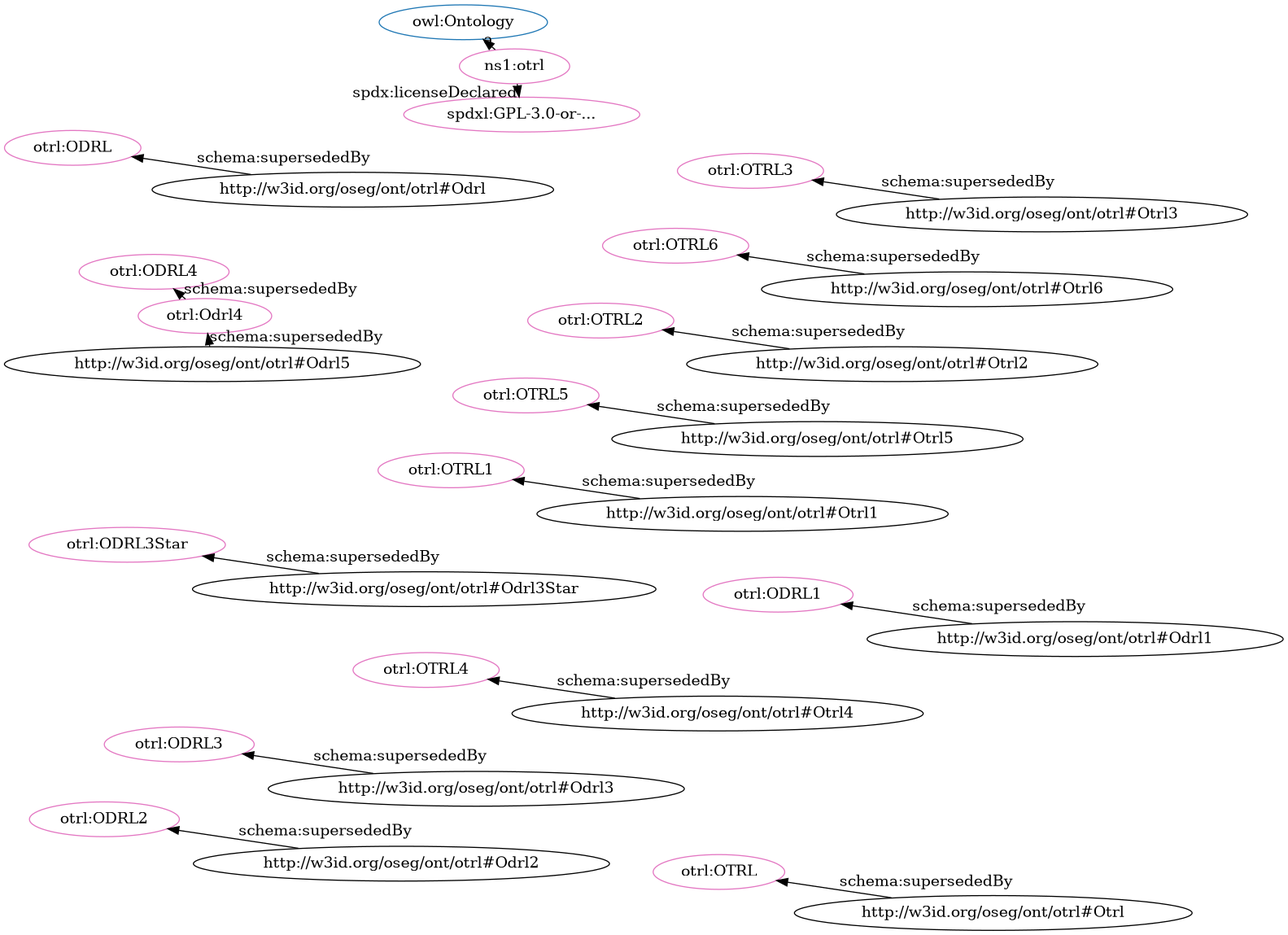
Before: src/spec/fdp_otrl_deprecated.png, a diagram exported from Graphviz (iop-alliance/OpenKnowHow). Its source is kept beside it as src/spec/fdp_otrl_deprecated.dot.
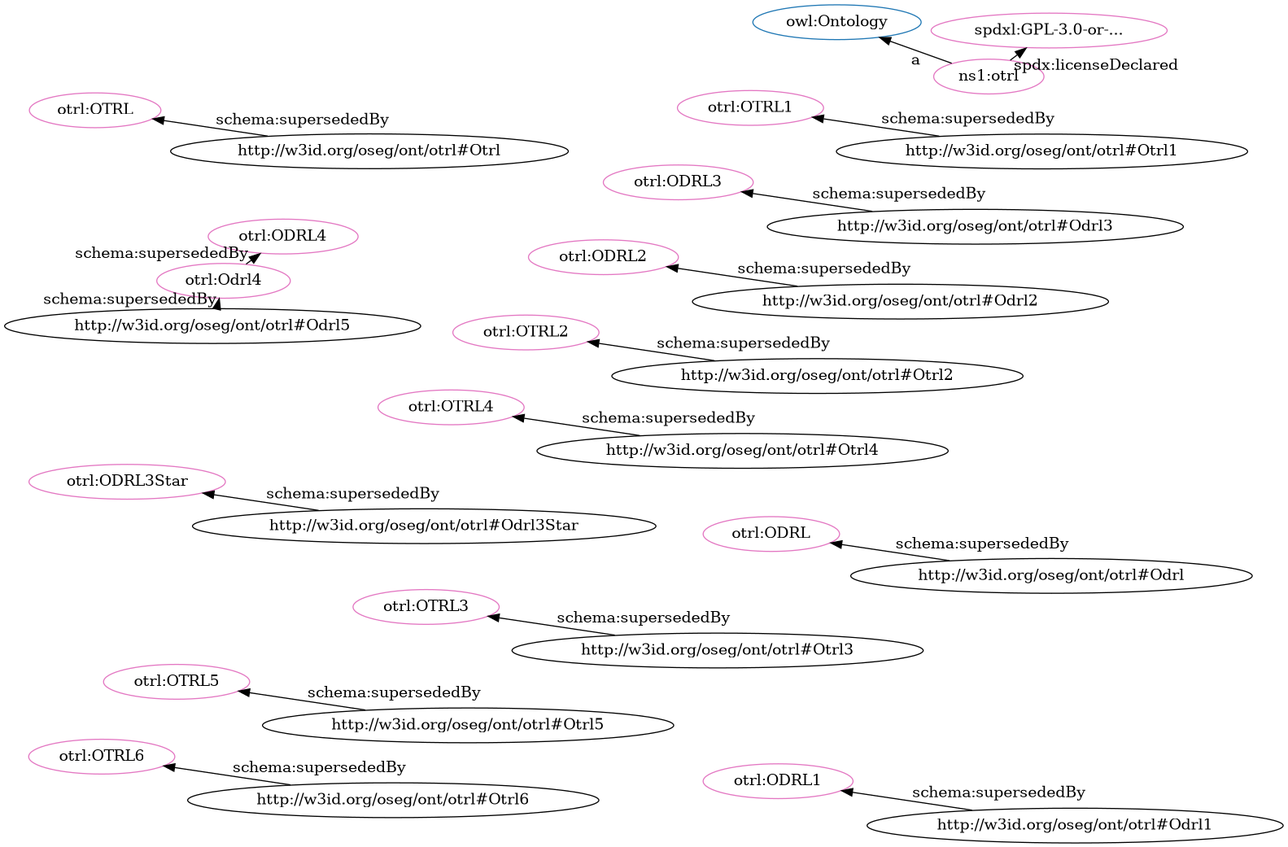
The same file after the commit.

Diff of the diagram source:
```diff
@@ -2,36 +2,36 @@
   rankdir=BT
   node[height=.3]
 "http://www.w3.org/2002/07/owl#Ontology" [fillcolor="#1f77b4" color="#1f77b4" label="owl:Ontology"]
+"http://w3id.org/oseg/ont/otrl#OTRL4" [fillcolor="#e377c2" color="#e377c2" label="otrl:OTRL4"]
+"http://w3id.org/oseg/ont/otrl#Odrl4" [fillcolor="#e377c2" color="#e377c2" label="otrl:Odrl4"]
+"http://w3id.org/oseg/ont/otrl#OTRL2" [fillcolor="#e377c2" color="#e377c2" label="otrl:OTRL2"]
+"http://w3id.org/oseg/ont/otrl#ODRL3Star" [fillcolor="#e377c2" color="#e377c2" label="otrl:ODRL3Star"]
+"http://w3id.org/oseg/ont/otrl#OTRL" [fillcolor="#e377c2" color="#e377c2" label="otrl:OTRL"]
+"http://w3id.org/oseg/ont/otrl#OTRL3" [fillcolor="#e377c2" color="#e377c2" label="otrl:OTRL3"]
+"http://w3id.org/oseg/ont/otrl#ODRL4" [fillcolor="#e377c2" color="#e377c2" label="otrl:ODRL4"]
+"http://w3id.org/oseg/ont/otrl#ODRL" [fillcolor="#e377c2" color="#e377c2" label="otrl:ODRL"]
+"http://spdx.org/licenses/GPL-3.0-or-later" [fillcolor="#e377c2" color="#e377c2" label="spdxl:GPL-3.0-or-..."]
+"http://w3id.org/oseg/ont/otrl#ODRL2" [fillcolor="#e377c2" color="#e377c2" label="otrl:ODRL2"]
+"http://w3id.org/oseg/ont/otrl#ODRL3" [fillcolor="#e377c2" color="#e377c2" label="otrl:ODRL3"]
+"http://w3id.org/oseg/ont/otrl#OTRL5" [fillcolor="#e377c2" color="#e377c2" label="otrl:OTRL5"]
 "http://w3id.org/oseg/ont/otrl#OTRL1" [fillcolor="#e377c2" color="#e377c2" label="otrl:OTRL1"]
 "http://w3id.org/oseg/ont/otrl" [fillcolor="#e377c2" color="#e377c2" label="ns1:otrl"]
-"http://w3id.org/oseg/ont/otrl#OTRL5" [fillcolor="#e377c2" color="#e377c2" label="otrl:OTRL5"]
-"http://spdx.org/licenses/GPL-3.0-or-later" [fillcolor="#e377c2" color="#e377c2" label="spdxl:GPL-3.0-or-..."]
-"http://w3id.org/oseg/ont/otrl#OTRL4" [fillcolor="#e377c2" color="#e377c2" label="otrl:OTRL4"]
-"http://w3id.org/oseg/ont/otrl#ODRL4" [fillcolor="#e377c2" color="#e377c2" label="otrl:ODRL4"]
-"http://w3id.org/oseg/ont/otrl#OTRL2" [fillcolor="#e377c2" color="#e377c2" label="otrl:OTRL2"]
-"http://w3id.org/oseg/ont/otrl#Odrl4" [fillcolor="#e377c2" color="#e377c2" label="otrl:Odrl4"]
-"http://w3id.org/oseg/ont/otrl#OTRL" [fillcolor="#e377c2" color="#e377c2" label="otrl:OTRL"]
 "http://w3id.org/oseg/ont/otrl#OTRL6" [fillcolor="#e377c2" color="#e377c2" label="otrl:OTRL6"]
-"http://w3id.org/oseg/ont/otrl#ODRL3Star" [fillcolor="#e377c2" color="#e377c2" label="otrl:ODRL3Star"]
-"http://w3id.org/oseg/ont/otrl#ODRL" [fillcolor="#e377c2" color="#e377c2" label="otrl:ODRL"]
-"http://w3id.org/oseg/ont/otrl#ODRL3" [fillcolor="#e377c2" color="#e377c2" label="otrl:ODRL3"]
-"http://w3id.org/oseg/ont/otrl#OTRL3" [fillcolor="#e377c2" color="#e377c2" label="otrl:OTRL3"]
-"http://w3id.org/oseg/ont/otrl#ODRL2" [fillcolor="#e377c2" color="#e377c2" label="otrl:ODRL2"]
 "http://w3id.org/oseg/ont/otrl#ODRL1" [fillcolor="#e377c2" color="#e377c2" label="otrl:ODRL1"]
+  "http://w3id.org/oseg/ont/otrl#Otrl4" -> "http://w3id.org/oseg/ont/otrl#OTRL4" [label="schema:supersededBy"]
+  "http://w3id.org/oseg/ont/otrl#Odrl5" -> "http://w3id.org/oseg/ont/otrl#Odrl4" [label="schema:supersededBy"]
+  "http://w3id.org/oseg/ont/otrl#Odrl3Star" -> "http://w3id.org/oseg/ont/otrl#ODRL3Star" [label="schema:supersededBy"]
+  "http://w3id.org/oseg/ont/otrl#Otrl" -> "http://w3id.org/oseg/ont/otrl#OTRL" [label="schema:supersededBy"]
+  "http://w3id.org/oseg/ont/otrl#Otrl3" -> "http://w3id.org/oseg/ont/otrl#OTRL3" [label="schema:supersededBy"]
+  "http://w3id.org/oseg/ont/otrl#Odrl4" -> "http://w3id.org/oseg/ont/otrl#ODRL4" [label="schema:supersededBy"]
+  "http://w3id.org/oseg/ont/otrl#Odrl" -> "http://w3id.org/oseg/ont/otrl#ODRL" [label="schema:supersededBy"]
+  "http://w3id.org/oseg/ont/otrl" -> "http://spdx.org/licenses/GPL-3.0-or-later" [label="spdx:licenseDeclared"]
+  "http://w3id.org/oseg/ont/otrl#Odrl2" -> "http://w3id.org/oseg/ont/otrl#ODRL2" [label="schema:supersededBy"]
+  "http://w3id.org/oseg/ont/otrl#Odrl3" -> "http://w3id.org/oseg/ont/otrl#ODRL3" [label="schema:supersededBy"]
+  "http://w3id.org/oseg/ont/otrl#Otrl5" -> "http://w3id.org/oseg/ont/otrl#OTRL5" [label="schema:supersededBy"]
   "http://w3id.org/oseg/ont/otrl#Otrl1" -> "http://w3id.org/oseg/ont/otrl#OTRL1" [label="schema:supersededBy"]
-  "http://w3id.org/oseg/ont/otrl#Otrl5" -> "http://w3id.org/oseg/ont/otrl#OTRL5" [label="schema:supersededBy"]
-  "http://w3id.org/oseg/ont/otrl" -> "http://spdx.org/licenses/GPL-3.0-or-later" [label="spdx:licenseDeclared"]
-  "http://w3id.org/oseg/ont/otrl#Otrl4" -> "http://w3id.org/oseg/ont/otrl#OTRL4" [label="schema:supersededBy"]
-  "http://w3id.org/oseg/ont/otrl#Odrl4" -> "http://w3id.org/oseg/ont/otrl#ODRL4" [label="schema:supersededBy"]
+  "http://w3id.org/oseg/ont/otrl" -> "http://www.w3.org/2002/07/owl#Ontology" [label="a"]
+  "http://w3id.org/oseg/ont/otrl#Otrl6" -> "http://w3id.org/oseg/ont/otrl#OTRL6" [label="schema:supersededBy"]
+  "http://w3id.org/oseg/ont/otrl#Odrl1" -> "http://w3id.org/oseg/ont/otrl#ODRL1" [label="schema:supersededBy"]
   "http://w3id.org/oseg/ont/otrl#Otrl2" -> "http://w3id.org/oseg/ont/otrl#OTRL2" [label="schema:supersededBy"]
-  "http://w3id.org/oseg/ont/otrl#Odrl5" -> "http://w3id.org/oseg/ont/otrl#Odrl4" [label="schema:supersededBy"]
-  "http://w3id.org/oseg/ont/otrl#Otrl" -> "http://w3id.org/oseg/ont/otrl#OTRL" [label="schema:supersededBy"]
-  "http://w3id.org/oseg/ont/otrl#Otrl6" -> "http://w3id.org/oseg/ont/otrl#OTRL6" [label="schema:supersededBy"]
-  "http://w3id.org/oseg/ont/otrl#Odrl3Star" -> "http://w3id.org/oseg/ont/otrl#ODRL3Star" [label="schema:supersededBy"]
-  "http://w3id.org/oseg/ont/otrl#Odrl" -> "http://w3id.org/oseg/ont/otrl#ODRL" [label="schema:supersededBy"]
-  "http://w3id.org/oseg/ont/otrl#Odrl3" -> "http://w3id.org/oseg/ont/otrl#ODRL3" [label="schema:supersededBy"]
-  "http://w3id.org/oseg/ont/otrl#Otrl3" -> "http://w3id.org/oseg/ont/otrl#OTRL3" [label="schema:supersededBy"]
-  "http://w3id.org/oseg/ont/otrl#Odrl2" -> "http://w3id.org/oseg/ont/otrl#ODRL2" [label="schema:supersededBy"]
-  "http://w3id.org/oseg/ont/otrl#Odrl1" -> "http://w3id.org/oseg/ont/otrl#ODRL1" [label="schema:supersededBy"]
-  "http://w3id.org/oseg/ont/otrl" -> "http://www.w3.org/2002/07/owl#Ontology" [label="a"]
 }
```
